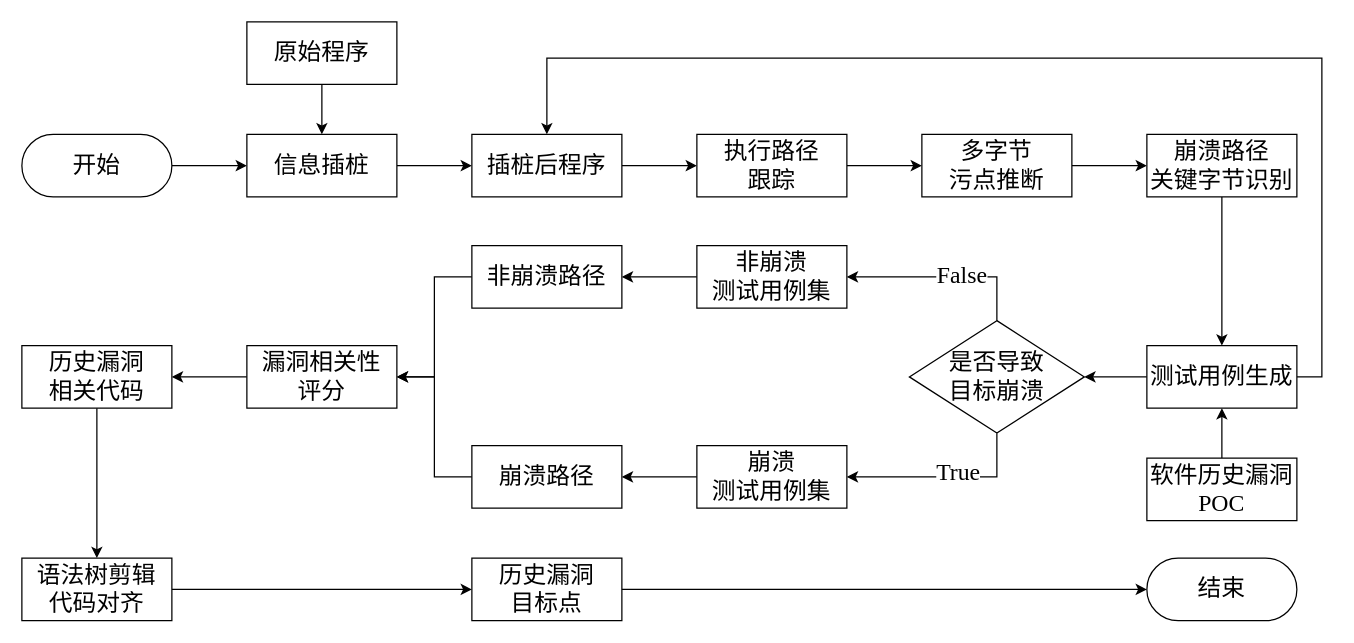
This is page "第 3 页" (3 of 11) of 未命名绘图.drawio from blu3sh0rk/Draw, a draw.io file, before an edit. Source tidied: cells renumbered, new cells numbered last; positions are measured from the earlier drawing's top-left corner, leaving out a move shared by most shapes. Both pictures are drawn from the tidied source at 125%, with x=0, y=0 at pixel (21, 21).
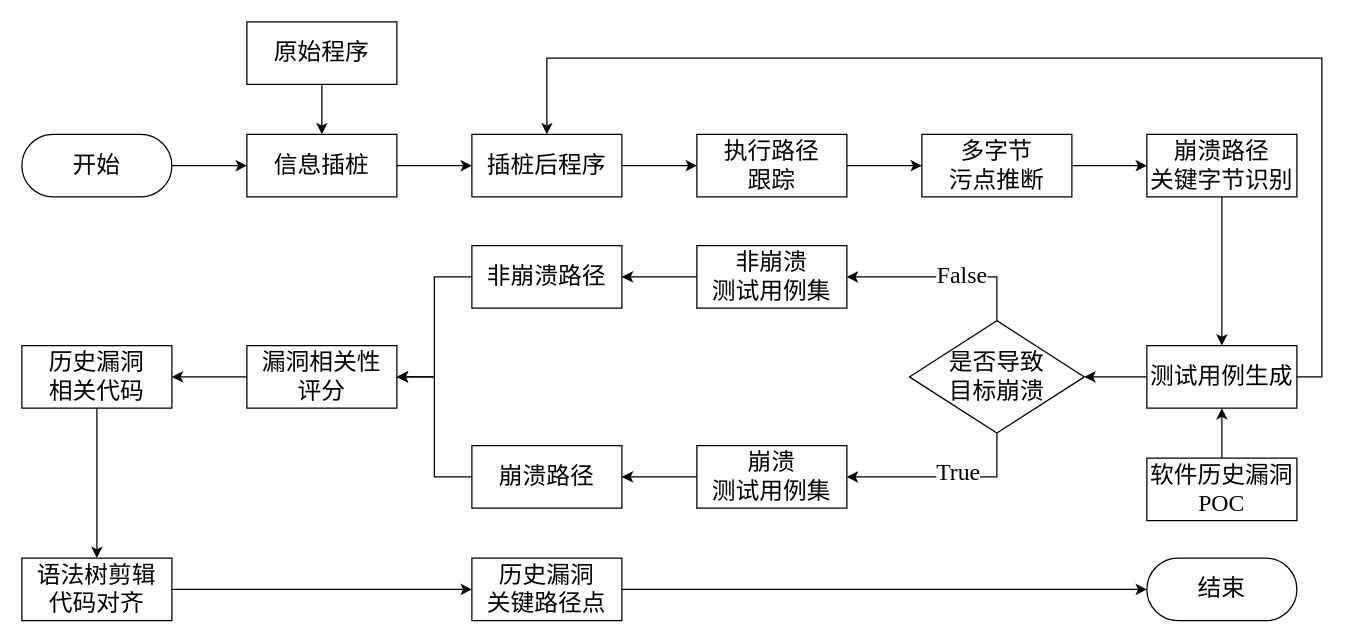
After the change.

Commit message:
更新未命名绘图.drawio

Diff of the diagram source:
```diff
@@
-    <mxCell id="19" value="历史漏洞&lt;div style=&quot;font-size: 19px;&quot;&gt;目标点&lt;/div&gt;" style="rounded=0;whiteSpace=wrap;html=1;strokeWidth=1;fontSize=19;fontFamily=黑体;" parent="1" vertex="1">
+    <mxCell id="19" value="历史漏洞&lt;div style=&quot;font-size: 19px;&quot;&gt;关键路径点&lt;/div&gt;" style="rounded=0;whiteSpace=wrap;html=1;strokeWidth=1;fontSize=19;fontFamily=黑体;" parent="1" vertex="1">
       <mxGeometry x="360" y="429" width="120" height="50" as="geometry" />
     </mxCell>
```
